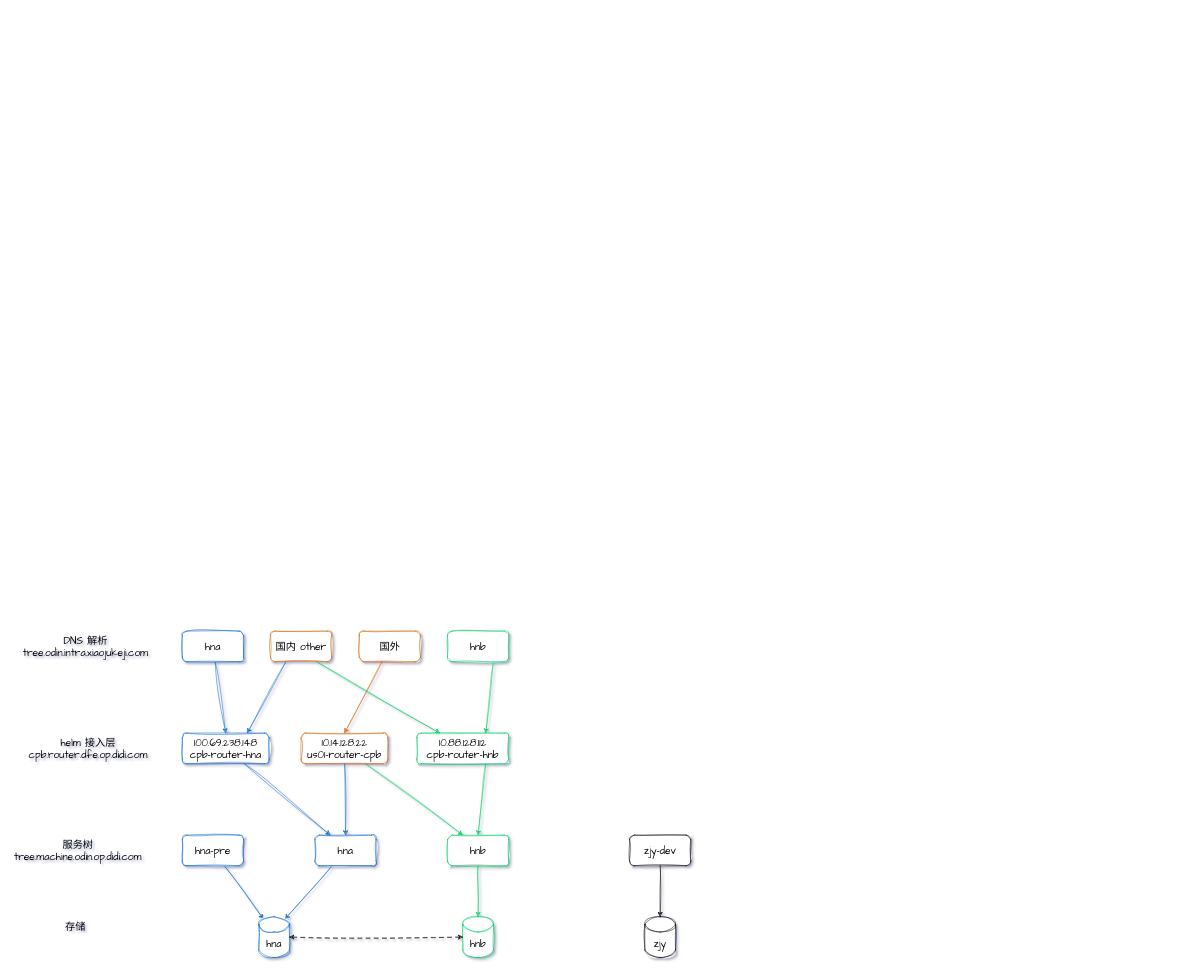
The draw.io diagram page "overview" (5 of 6) of wtree.drawio in yubo/draw, before the edit. Source tidied: cells renumbered, new cells numbered last; positions are measured from the earlier drawing's top-left corner, leaving out a move shared by most shapes. Both pictures are drawn from the tidied source at 51%, with x=0, y=0 at pixel (9, 631).
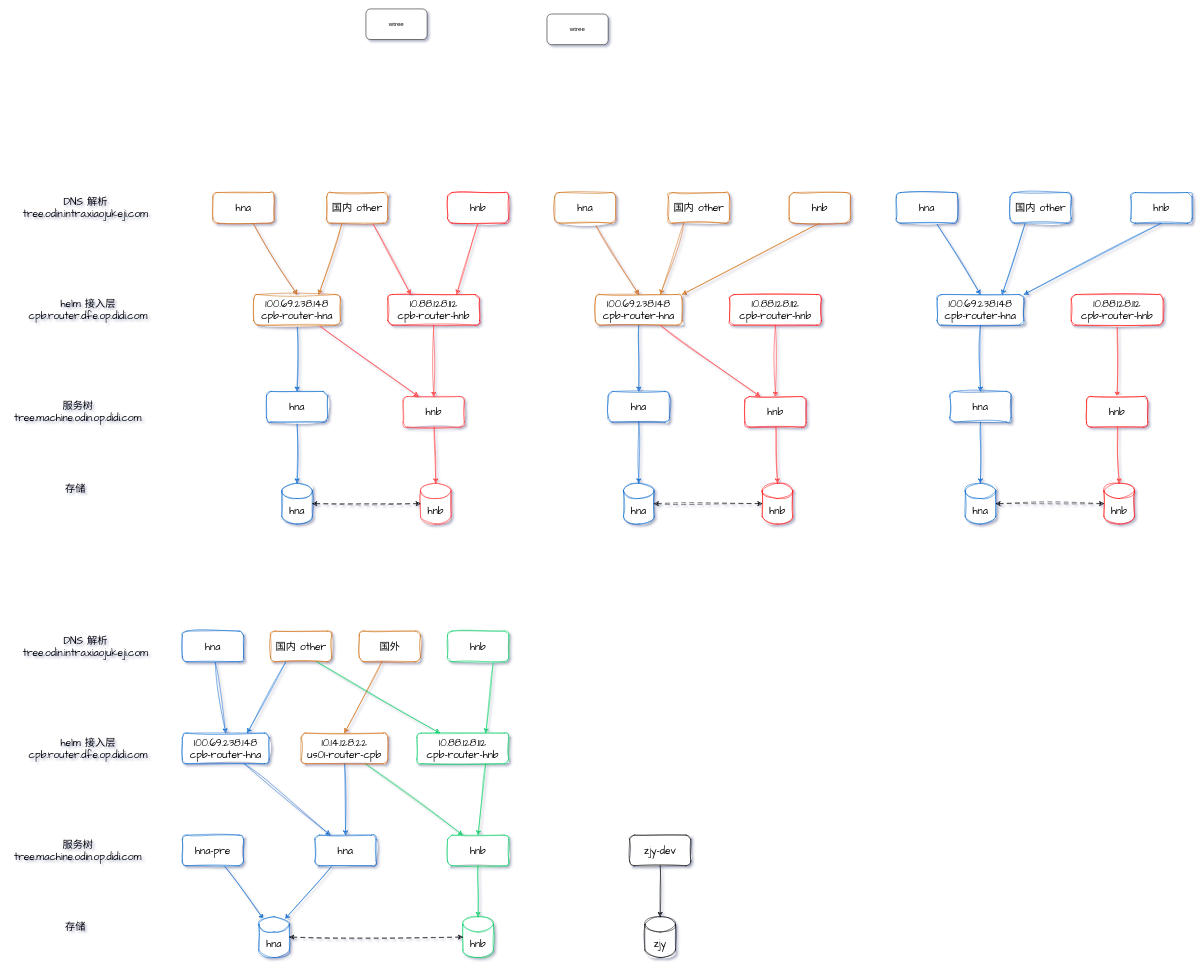
The same diagram, later.

Change to the diagram source:
```diff
@@
+    <mxCell id="34" style="rounded=0;sketch=1;hachureGap=4;jiggle=2;curveFitting=1;jettySize=auto;html=1;entryX=0.5;entryY=0;entryDx=0;entryDy=0;fontFamily=Architects Daughter;fontSize=16;strokeColor=#0066CC;" parent="1" edge="1" source="36" target="41">
+      <mxGeometry relative="1" as="geometry" />
+    </mxCell>
+    <mxCell id="35" style="rounded=0;jettySize=auto;html=1;entryX=0.25;entryY=0;entryDx=0;entryDy=0;sketch=1;curveFitting=1;jiggle=2;strokeColor=#FF3333;" parent="1" edge="1" source="36" target="42">
+      <mxGeometry relative="1" as="geometry" />
+    </mxCell>
+    <mxCell id="36" value="100.69.238.148&lt;br&gt;cpb-router-hna" style="rounded=1;whiteSpace=wrap;html=1;sketch=1;hachureGap=4;jiggle=2;curveFitting=1;fontFamily=Architects Daughter;fontSize=20;strokeColor=#CC6600;" parent="1" vertex="1">
+      <mxGeometry x="480" y="-660" width="170" height="60" as="geometry" />
+    </mxCell>
+    <mxCell id="37" style="rounded=0;sketch=1;hachureGap=4;jiggle=2;curveFitting=1;jettySize=auto;html=1;entryX=0.5;entryY=0;entryDx=0;entryDy=0;fontFamily=Architects Daughter;fontSize=16;exitX=0.5;exitY=1;exitDx=0;exitDy=0;strokeColor=#FF3333;" parent="1" edge="1" source="38" target="42">
+      <mxGeometry relative="1" as="geometry" />
+    </mxCell>
+    <mxCell id="38" value="10.88.128.112&lt;br&gt;cpb-router-hnb" style="rounded=1;whiteSpace=wrap;html=1;sketch=1;hachureGap=4;jiggle=2;curveFitting=1;fontFamily=Architects Daughter;fontSize=20;strokeColor=#FF0000;" parent="1" vertex="1">
+      <mxGeometry x="743" y="-660" width="180" height="60" as="geometry" />
+    </mxCell>
+    <mxCell id="39" value="DNS 解析&lt;br&gt;tree.odin.intra.xiaojukeji.com" style="text;html=1;align=center;verticalAlign=middle;strokeColor=none;fillColor=none;fontSize=20;fontFamily=Architects Daughter;" parent="1" vertex="1">
+      <mxGeometry x="15" y="-860" width="270" height="60" as="geometry" />
+    </mxCell>
+    <mxCell id="40" style="rounded=0;sketch=1;hachureGap=4;jiggle=2;curveFitting=1;jettySize=auto;html=1;fontFamily=Architects Daughter;fontSize=16;entryX=0.5;entryY=0;entryDx=0;entryDy=0;entryPerimeter=0;strokeColor=#0066CC;" parent="1" edge="1" source="41" target="52">
+      <mxGeometry relative="1" as="geometry" />
+    </mxCell>
+    <mxCell id="41" value="hna" style="rounded=1;whiteSpace=wrap;html=1;sketch=1;hachureGap=4;jiggle=2;curveFitting=1;fontFamily=Architects Daughter;fontSize=20;strokeColor=#0066CC;" parent="1" vertex="1">
+      <mxGeometry x="505" y="-470" width="120" height="60" as="geometry" />
+    </mxCell>
+    <mxCell id="42" value="hnb" style="rounded=1;whiteSpace=wrap;html=1;sketch=1;hachureGap=4;jiggle=2;curveFitting=1;fontFamily=Architects Daughter;fontSize=20;strokeColor=#FF3333;" parent="1" vertex="1">
+      <mxGeometry x="773" y="-460" width="120" height="60" as="geometry" />
+    </mxCell>
+    <mxCell id="43" value="服务树&lt;br&gt;tree.machine.odin.op.didi.com" style="text;html=1;align=center;verticalAlign=middle;strokeColor=none;fillColor=none;fontSize=20;fontFamily=Architects Daughter;" parent="1" vertex="1">
+      <mxGeometry y="-460" width="270" height="60" as="geometry" />
+    </mxCell>
+    <mxCell id="44" value="helm 接入层&lt;br&gt;cpb.router.dfe.op.didi.com" style="text;html=1;align=center;verticalAlign=middle;strokeColor=none;fillColor=none;fontSize=20;fontFamily=Architects Daughter;" parent="1" vertex="1">
+      <mxGeometry x="25" y="-660" width="260" height="60" as="geometry" />
+    </mxCell>
+    <mxCell id="45" style="rounded=0;sketch=1;hachureGap=4;jiggle=2;curveFitting=1;jettySize=auto;html=1;entryX=0.5;entryY=0;entryDx=0;entryDy=0;fontFamily=Architects Daughter;fontSize=16;fillColor=#ffe6cc;strokeColor=#CC6600;" parent="1" edge="1" source="46" target="36">
+      <mxGeometry relative="1" as="geometry" />
+    </mxCell>
+    <mxCell id="46" value="hna" style="rounded=1;whiteSpace=wrap;html=1;sketch=1;hachureGap=4;jiggle=2;curveFitting=1;fontFamily=Architects Daughter;fontSize=20;strokeColor=#CC6600;" parent="1" vertex="1">
+      <mxGeometry x="400" y="-860" width="120" height="60" as="geometry" />
+    </mxCell>
+    <mxCell id="47" style="rounded=0;sketch=1;hachureGap=4;jiggle=2;curveFitting=1;jettySize=auto;html=1;entryX=0.75;entryY=0;entryDx=0;entryDy=0;fontFamily=Architects Daughter;fontSize=16;exitX=0.5;exitY=1;exitDx=0;exitDy=0;strokeColor=#FF3333;" parent="1" edge="1" source="48" target="38">
+      <mxGeometry relative="1" as="geometry" />
+    </mxCell>
+    <mxCell id="48" value="hnb" style="rounded=1;whiteSpace=wrap;html=1;sketch=1;hachureGap=4;jiggle=2;curveFitting=1;fontFamily=Architects Daughter;fontSize=20;strokeColor=#FF0000;" parent="1" vertex="1">
+      <mxGeometry x="860" y="-860" width="120" height="60" as="geometry" />
+    </mxCell>
+    <mxCell id="49" style="rounded=0;sketch=1;hachureGap=4;jiggle=2;curveFitting=1;jettySize=auto;html=1;entryX=0.75;entryY=0;entryDx=0;entryDy=0;fontFamily=Architects Daughter;fontSize=16;exitX=0.25;exitY=1;exitDx=0;exitDy=0;strokeColor=#CC6600;" parent="1" edge="1" source="51" target="36">
+      <mxGeometry relative="1" as="geometry" />
+    </mxCell>
+    <mxCell id="50" style="rounded=0;sketch=1;hachureGap=4;jiggle=2;curveFitting=1;jettySize=auto;html=1;entryX=0.25;entryY=0;entryDx=0;entryDy=0;fontFamily=Architects Daughter;fontSize=16;exitX=0.75;exitY=1;exitDx=0;exitDy=0;strokeColor=#FF3333;" parent="1" edge="1" source="51" target="38">
+      <mxGeometry relative="1" as="geometry" />
+    </mxCell>
+    <mxCell id="51" value="国内 other" style="rounded=1;whiteSpace=wrap;html=1;sketch=1;hachureGap=4;jiggle=2;curveFitting=1;fontFamily=Architects Daughter;fontSize=20;strokeColor=#cc6600;shadow=0;glass=0;" parent="1" vertex="1">
+      <mxGeometry x="623" y="-860" width="120" height="60" as="geometry" />
+    </mxCell>
+    <mxCell id="52" value="hna" style="shape=cylinder3;whiteSpace=wrap;html=1;boundedLbl=1;backgroundOutline=1;size=15;sketch=1;hachureGap=4;jiggle=2;curveFitting=1;fontFamily=Architects Daughter;fontSize=20;strokeColor=#0066CC;" parent="1" vertex="1">
+      <mxGeometry x="535" y="-290" width="60" height="80" as="geometry" />
+    </mxCell>
+    <mxCell id="53" value="hnb" style="shape=cylinder3;whiteSpace=wrap;html=1;boundedLbl=1;backgroundOutline=1;size=15;sketch=1;hachureGap=4;jiggle=2;curveFitting=1;fontFamily=Architects Daughter;fontSize=20;strokeColor=#FF3333;" parent="1" vertex="1">
+      <mxGeometry x="807" y="-290" width="60" height="80" as="geometry" />
+    </mxCell>
+    <mxCell id="54" style="rounded=0;sketch=1;hachureGap=4;jiggle=2;curveFitting=1;jettySize=auto;html=1;entryX=0.5;entryY=0;entryDx=0;entryDy=0;entryPerimeter=0;fontFamily=Architects Daughter;fontSize=16;strokeColor=#FF3333;" parent="1" edge="1" source="42" target="53">
+      <mxGeometry relative="1" as="geometry" />
+    </mxCell>
+    <mxCell id="55" value="存储" style="text;html=1;align=center;verticalAlign=middle;strokeColor=none;fillColor=none;fontSize=20;fontFamily=Architects Daughter;" parent="1" vertex="1">
+      <mxGeometry x="100" y="-300" width="60" height="40" as="geometry" />
+    </mxCell>
+    <mxCell id="56" style="edgeStyle=orthogonalEdgeStyle;rounded=0;hachureGap=4;jettySize=auto;html=1;entryX=0;entryY=0.5;entryDx=0;entryDy=0;entryPerimeter=0;fontFamily=Architects Daughter;fontSize=16;dashed=1;startArrow=classic;startFill=1;dashPattern=8 8;shadow=0;sketch=1;curveFitting=1;jiggle=2;" parent="1" edge="1" source="52" target="53">
+      <mxGeometry relative="1" as="geometry" />
+    </mxCell>
+    <mxCell id="57" style="rounded=0;sketch=1;hachureGap=4;jiggle=2;curveFitting=1;jettySize=auto;html=1;entryX=0.5;entryY=0;entryDx=0;entryDy=0;fontFamily=Architects Daughter;fontSize=16;strokeColor=#0066CC;" parent="1" edge="1" source="59" target="63">
+      <mxGeometry relative="1" as="geometry" />
+    </mxCell>
+    <mxCell id="58" style="rounded=0;jettySize=auto;html=1;entryX=0.25;entryY=0;entryDx=0;entryDy=0;sketch=1;curveFitting=1;jiggle=2;strokeColor=#FF3333;" parent="1" edge="1" source="59" target="64">
+      <mxGeometry relative="1" as="geometry" />
+    </mxCell>
+    <mxCell id="59" value="100.69.238.148&lt;br&gt;cpb-router-hna" style="rounded=1;whiteSpace=wrap;html=1;sketch=1;hachureGap=4;jiggle=2;curveFitting=1;fontFamily=Architects Daughter;fontSize=20;strokeColor=#CC6600;" parent="1" vertex="1">
+      <mxGeometry x="1150" y="-660" width="170" height="60" as="geometry" />
+    </mxCell>
+    <mxCell id="60" style="rounded=0;sketch=1;hachureGap=4;jiggle=2;curveFitting=1;jettySize=auto;html=1;entryX=0.5;entryY=0;entryDx=0;entryDy=0;fontFamily=Architects Daughter;fontSize=16;exitX=0.5;exitY=1;exitDx=0;exitDy=0;strokeColor=#FF3333;" parent="1" edge="1" source="61" target="64">
+      <mxGeometry relative="1" as="geometry" />
+    </mxCell>
+    <mxCell id="61" value="10.88.128.112&lt;br&gt;cpb-router-hnb" style="rounded=1;whiteSpace=wrap;html=1;sketch=1;hachureGap=4;jiggle=2;curveFitting=1;fontFamily=Architects Daughter;fontSize=20;strokeColor=#FF0000;" parent="1" vertex="1">
+      <mxGeometry x="1413" y="-660" width="180" height="60" as="geometry" />
+    </mxCell>
+    <mxCell id="62" style="rounded=0;sketch=1;hachureGap=4;jiggle=2;curveFitting=1;jettySize=auto;html=1;fontFamily=Architects Daughter;fontSize=16;entryX=0.5;entryY=0;entryDx=0;entryDy=0;entryPerimeter=0;strokeColor=#0066CC;" parent="1" edge="1" source="63" target="71">
+      <mxGeometry relative="1" as="geometry" />
+    </mxCell>
+    <mxCell id="63" value="hna" style="rounded=1;whiteSpace=wrap;html=1;sketch=1;hachureGap=4;jiggle=2;curveFitting=1;fontFamily=Architects Daughter;fontSize=20;strokeColor=#0066CC;" parent="1" vertex="1">
+      <mxGeometry x="1175" y="-470" width="120" height="60" as="geometry" />
+    </mxCell>
+    <mxCell id="64" value="hnb" style="rounded=1;whiteSpace=wrap;html=1;sketch=1;hachureGap=4;jiggle=2;curveFitting=1;fontFamily=Architects Daughter;fontSize=20;strokeColor=#FF0000;" parent="1" vertex="1">
+      <mxGeometry x="1443" y="-460" width="120" height="60" as="geometry" />
+    </mxCell>
+    <mxCell id="65" style="rounded=0;sketch=1;hachureGap=4;jiggle=2;curveFitting=1;jettySize=auto;html=1;entryX=0.5;entryY=0;entryDx=0;entryDy=0;fontFamily=Architects Daughter;fontSize=16;fillColor=#ffe6cc;strokeColor=#CC6600;" parent="1" edge="1" source="66" target="59">
+      <mxGeometry relative="1" as="geometry" />
+    </mxCell>
+    <mxCell id="66" value="hna" style="rounded=1;whiteSpace=wrap;html=1;sketch=1;hachureGap=4;jiggle=2;curveFitting=1;fontFamily=Architects Daughter;fontSize=20;strokeColor=#CC6600;" parent="1" vertex="1">
+      <mxGeometry x="1070" y="-860" width="120" height="60" as="geometry" />
+    </mxCell>
+    <mxCell id="67" style="rounded=0;sketch=1;hachureGap=4;jiggle=2;curveFitting=1;jettySize=auto;html=1;entryX=1;entryY=0;entryDx=0;entryDy=0;fontFamily=Architects Daughter;fontSize=16;exitX=0.5;exitY=1;exitDx=0;exitDy=0;strokeColor=#CC6600;" parent="1" edge="1" source="68" target="59">
+      <mxGeometry relative="1" as="geometry" />
+    </mxCell>
+    <mxCell id="68" value="hnb" style="rounded=1;whiteSpace=wrap;html=1;sketch=1;hachureGap=4;jiggle=2;curveFitting=1;fontFamily=Architects Daughter;fontSize=20;strokeColor=#CC6600;" parent="1" vertex="1">
+      <mxGeometry x="1530" y="-860" width="120" height="60" as="geometry" />
+    </mxCell>
+    <mxCell id="69" style="rounded=0;sketch=1;hachureGap=4;jiggle=2;curveFitting=1;jettySize=auto;html=1;entryX=0.75;entryY=0;entryDx=0;entryDy=0;fontFamily=Architects Daughter;fontSize=16;exitX=0.25;exitY=1;exitDx=0;exitDy=0;strokeColor=#CC6600;" parent="1" edge="1" source="70" target="59">
+      <mxGeometry relative="1" as="geometry" />
+    </mxCell>
+    <mxCell id="70" value="国内 other" style="rounded=1;whiteSpace=wrap;html=1;sketch=1;hachureGap=4;jiggle=2;curveFitting=1;fontFamily=Architects Daughter;fontSize=20;strokeColor=#cc6600;shadow=0;glass=0;" parent="1" vertex="1">
+      <mxGeometry x="1293" y="-860" width="120" height="60" as="geometry" />
+    </mxCell>
+    <mxCell id="71" value="hna" style="shape=cylinder3;whiteSpace=wrap;html=1;boundedLbl=1;backgroundOutline=1;size=15;sketch=1;hachureGap=4;jiggle=2;curveFitting=1;fontFamily=Architects Daughter;fontSize=20;strokeColor=#0066CC;" parent="1" vertex="1">
+      <mxGeometry x="1205" y="-290" width="60" height="80" as="geometry" />
+    </mxCell>
+    <mxCell id="72" value="hnb" style="shape=cylinder3;whiteSpace=wrap;html=1;boundedLbl=1;backgroundOutline=1;size=15;sketch=1;hachureGap=4;jiggle=2;curveFitting=1;fontFamily=Architects Daughter;fontSize=20;strokeColor=#FF0000;" parent="1" vertex="1">
+      <mxGeometry x="1477" y="-290" width="60" height="80" as="geometry" />
+    </mxCell>
+    <mxCell id="73" style="rounded=0;sketch=1;hachureGap=4;jiggle=2;curveFitting=1;jettySize=auto;html=1;entryX=0.5;entryY=0;entryDx=0;entryDy=0;entryPerimeter=0;fontFamily=Architects Daughter;fontSize=16;strokeColor=#FF3333;" parent="1" edge="1" source="64" target="72">
+      <mxGeometry relative="1" as="geometry" />
+    </mxCell>
+    <mxCell id="74" style="edgeStyle=orthogonalEdgeStyle;rounded=0;hachureGap=4;jettySize=auto;html=1;entryX=0;entryY=0.5;entryDx=0;entryDy=0;entryPerimeter=0;fontFamily=Architects Daughter;fontSize=16;dashed=1;startArrow=classic;startFill=1;dashPattern=8 8;shadow=0;sketch=1;curveFitting=1;jiggle=2;" parent="1" edge="1" source="71" target="72">
+      <mxGeometry relative="1" as="geometry" />
+    </mxCell>
+    <mxCell id="75" style="rounded=0;sketch=1;hachureGap=4;jiggle=2;curveFitting=1;jettySize=auto;html=1;entryX=0.5;entryY=0;entryDx=0;entryDy=0;fontFamily=Architects Daughter;fontSize=16;strokeColor=#0066CC;" parent="1" edge="1" source="76" target="80">
+      <mxGeometry relative="1" as="geometry" />
+    </mxCell>
+    <mxCell id="76" value="100.69.238.148&lt;br&gt;cpb-router-hna" style="rounded=1;whiteSpace=wrap;html=1;sketch=1;hachureGap=4;jiggle=2;curveFitting=1;fontFamily=Architects Daughter;fontSize=20;strokeColor=#0066CC;" parent="1" vertex="1">
+      <mxGeometry x="1820" y="-660" width="170" height="60" as="geometry" />
+    </mxCell>
+    <mxCell id="77" style="rounded=0;sketch=1;hachureGap=4;jiggle=2;curveFitting=1;jettySize=auto;html=1;entryX=0.5;entryY=0;entryDx=0;entryDy=0;fontFamily=Architects Daughter;fontSize=16;exitX=0.5;exitY=1;exitDx=0;exitDy=0;strokeColor=#FF3333;" parent="1" edge="1" source="78" target="81">
+      <mxGeometry relative="1" as="geometry" />
+    </mxCell>
+    <mxCell id="78" value="10.88.128.112&lt;br&gt;cpb-router-hnb" style="rounded=1;whiteSpace=wrap;html=1;sketch=1;hachureGap=4;jiggle=2;curveFitting=1;fontFamily=Architects Daughter;fontSize=20;strokeColor=#FF0000;" parent="1" vertex="1">
+      <mxGeometry x="2083" y="-660" width="180" height="60" as="geometry" />
+    </mxCell>
+    <mxCell id="79" style="rounded=0;sketch=1;hachureGap=4;jiggle=2;curveFitting=1;jettySize=auto;html=1;fontFamily=Architects Daughter;fontSize=16;entryX=0.5;entryY=0;entryDx=0;entryDy=0;entryPerimeter=0;strokeColor=#0066CC;" parent="1" edge="1" source="80" target="88">
+      <mxGeometry relative="1" as="geometry" />
+    </mxCell>
+    <mxCell id="80" value="hna" style="rounded=1;whiteSpace=wrap;html=1;sketch=1;hachureGap=4;jiggle=2;curveFitting=1;fontFamily=Architects Daughter;fontSize=20;strokeColor=#0066CC;" parent="1" vertex="1">
+      <mxGeometry x="1845" y="-470" width="120" height="60" as="geometry" />
+    </mxCell>
+    <mxCell id="81" value="hnb" style="rounded=1;whiteSpace=wrap;html=1;sketch=1;hachureGap=4;jiggle=2;curveFitting=1;fontFamily=Architects Daughter;fontSize=20;strokeColor=#FF0000;" parent="1" vertex="1">
+      <mxGeometry x="2113" y="-460" width="120" height="60" as="geometry" />
+    </mxCell>
+    <mxCell id="82" style="rounded=0;sketch=1;hachureGap=4;jiggle=2;curveFitting=1;jettySize=auto;html=1;entryX=0.5;entryY=0;entryDx=0;entryDy=0;fontFamily=Architects Daughter;fontSize=16;fillColor=#ffe6cc;strokeColor=#0066CC;" parent="1" edge="1" source="83" target="76">
+      <mxGeometry relative="1" as="geometry" />
+    </mxCell>
+    <mxCell id="83" value="hna" style="rounded=1;whiteSpace=wrap;html=1;sketch=1;hachureGap=4;jiggle=2;curveFitting=1;fontFamily=Architects Daughter;fontSize=20;strokeColor=#0066CC;" parent="1" vertex="1">
+      <mxGeometry x="1740" y="-860" width="120" height="60" as="geometry" />
+    </mxCell>
+    <mxCell id="84" style="rounded=0;sketch=1;hachureGap=4;jiggle=2;curveFitting=1;jettySize=auto;html=1;entryX=1;entryY=0;entryDx=0;entryDy=0;fontFamily=Architects Daughter;fontSize=16;exitX=0.5;exitY=1;exitDx=0;exitDy=0;strokeColor=#0066CC;" parent="1" edge="1" source="85" target="76">
+      <mxGeometry relative="1" as="geometry" />
+    </mxCell>
+    <mxCell id="85" value="hnb" style="rounded=1;whiteSpace=wrap;html=1;sketch=1;hachureGap=4;jiggle=2;curveFitting=1;fontFamily=Architects Daughter;fontSize=20;strokeColor=#0066CC;" parent="1" vertex="1">
+      <mxGeometry x="2200" y="-860" width="120" height="60" as="geometry" />
+    </mxCell>
+    <mxCell id="86" style="rounded=0;sketch=1;hachureGap=4;jiggle=2;curveFitting=1;jettySize=auto;html=1;entryX=0.75;entryY=0;entryDx=0;entryDy=0;fontFamily=Architects Daughter;fontSize=16;exitX=0.25;exitY=1;exitDx=0;exitDy=0;strokeColor=#0066CC;" parent="1" edge="1" source="87" target="76">
+      <mxGeometry relative="1" as="geometry" />
+    </mxCell>
+    <mxCell id="87" value="国内 other" style="rounded=1;whiteSpace=wrap;html=1;sketch=1;hachureGap=4;jiggle=2;curveFitting=1;fontFamily=Architects Daughter;fontSize=20;strokeColor=#0066CC;shadow=0;glass=0;" parent="1" vertex="1">
+      <mxGeometry x="1963" y="-860" width="120" height="60" as="geometry" />
+    </mxCell>
+    <mxCell id="88" value="hna" style="shape=cylinder3;whiteSpace=wrap;html=1;boundedLbl=1;backgroundOutline=1;size=15;sketch=1;hachureGap=4;jiggle=2;curveFitting=1;fontFamily=Architects Daughter;fontSize=20;strokeColor=#0066CC;" parent="1" vertex="1">
+      <mxGeometry x="1875" y="-290" width="60" height="80" as="geometry" />
+    </mxCell>
+    <mxCell id="89" value="hnb" style="shape=cylinder3;whiteSpace=wrap;html=1;boundedLbl=1;backgroundOutline=1;size=15;sketch=1;hachureGap=4;jiggle=2;curveFitting=1;fontFamily=Architects Daughter;fontSize=20;strokeColor=#FF0000;" parent="1" vertex="1">
+      <mxGeometry x="2147" y="-290" width="60" height="80" as="geometry" />
+    </mxCell>
+    <mxCell id="90" style="rounded=0;sketch=1;hachureGap=4;jiggle=2;curveFitting=1;jettySize=auto;html=1;entryX=0.5;entryY=0;entryDx=0;entryDy=0;entryPerimeter=0;fontFamily=Architects Daughter;fontSize=16;strokeColor=#FF3333;" parent="1" edge="1" source="81" target="89">
+      <mxGeometry relative="1" as="geometry" />
+    </mxCell>
+    <mxCell id="91" style="edgeStyle=orthogonalEdgeStyle;rounded=0;hachureGap=4;jettySize=auto;html=1;entryX=0;entryY=0.5;entryDx=0;entryDy=0;entryPerimeter=0;fontFamily=Architects Daughter;fontSize=16;dashed=1;startArrow=classic;startFill=1;dashPattern=8 8;shadow=0;sketch=1;curveFitting=1;jiggle=2;" parent="1" edge="1" source="88" target="89">
+      <mxGeometry relative="1" as="geometry" />
+    </mxCell>
+    <mxCell id="92" value="wtree" style="rounded=1;whiteSpace=wrap;html=1;" parent="1" vertex="1">
+      <mxGeometry x="700" y="-1220" width="120" height="60" as="geometry" />
+    </mxCell>
+    <mxCell id="93" value="wtree" style="rounded=1;whiteSpace=wrap;html=1;" parent="1" vertex="1">
+      <mxGeometry x="1055" y="-1210" width="120" height="60" as="geometry" />
+    </mxCell>
```
